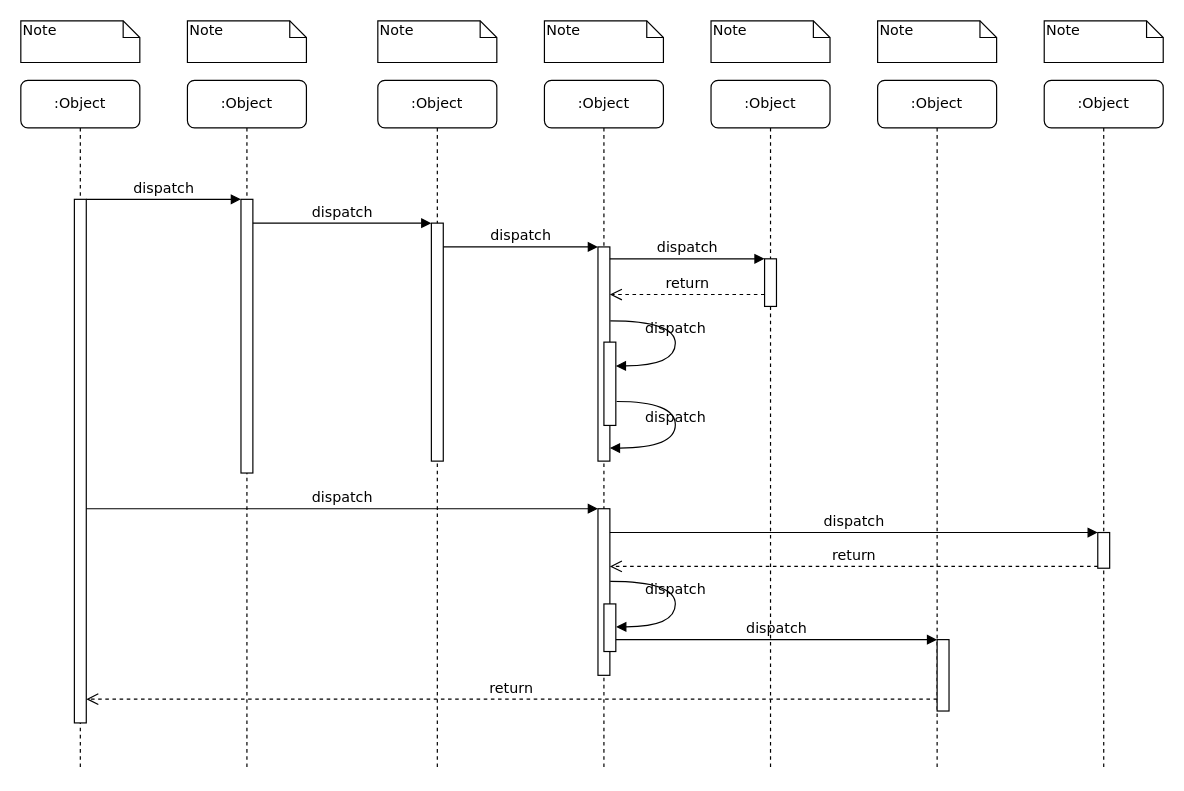
The draw.io diagram sxf-front-end-optimize-publish/前端调用链路优化方案一html请求链路.drawio in doukangtai/draw.io, before the edit. Source tidied: cells renumbered, new cells numbered last; positions are measured from the earlier drawing's top-left corner, leaving out a move shared by most shapes. Both pictures are drawn from the tidied source at 119%, with x=0, y=0 at pixel (20, 20).
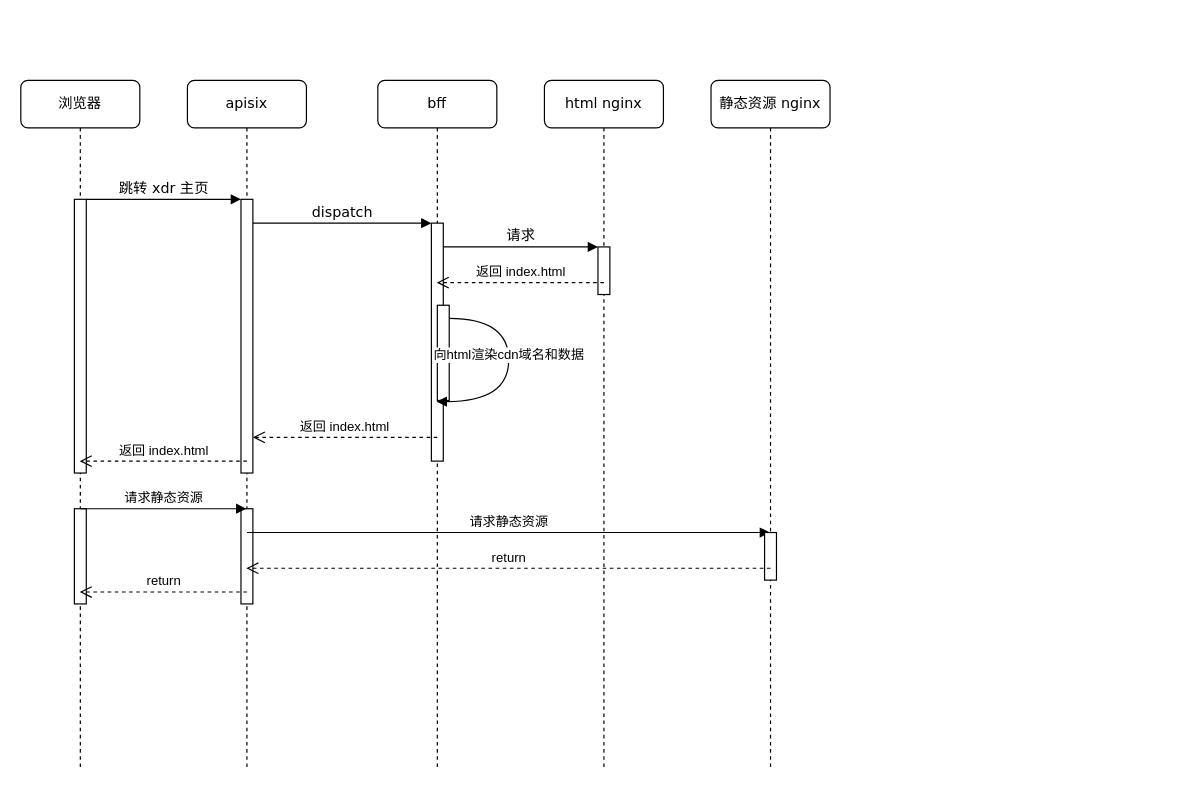
The same diagram, later.

Commit message:
V1更新前端调用链路优化方案一html请求链路.drawio

Unchanged cells that the change refers to:
```xml
<mxCell id="3" style="html=1;points=[];perimeter=orthogonalPerimeter;rounded=0;shadow=0;comic=0;labelBackgroundColor=none;strokeWidth=1;fontFamily=Verdana;fontSize=12;align=center;" parent="2" vertex="1">
  <mxGeometry x="45" y="100" width="10" height="230" as="geometry" />
</mxCell>
<mxCell id="5" style="html=1;points=[];perimeter=orthogonalPerimeter;rounded=0;shadow=0;comic=0;labelBackgroundColor=none;strokeWidth=1;fontFamily=Verdana;fontSize=12;align=center;" parent="4" vertex="1">
  <mxGeometry x="45" y="120" width="10" height="200" as="geometry" />
</mxCell>
```

Change to the diagram source:
```diff
@@
-    <mxCell id="2" value=":Object" style="shape=umlLifeline;perimeter=lifelinePerimeter;whiteSpace=wrap;html=1;outlineConnect=0;rounded=1;shadow=0;comic=0;labelBackgroundColor=none;strokeWidth=1;fontFamily=Verdana;fontSize=12;align=center;" parent="1" vertex="1">
+    <mxCell id="2" value="apisix" style="shape=umlLifeline;perimeter=lifelinePerimeter;whiteSpace=wrap;html=1;outlineConnect=0;rounded=1;shadow=0;comic=0;labelBackgroundColor=none;strokeWidth=1;fontFamily=Verdana;fontSize=12;align=center;" parent="1" vertex="1">
       <mxGeometry x="140" y="50" width="100" height="580" as="geometry" />
     </mxCell>
@@
+    <mxCell id="39" style="html=1;perimeter=orthogonalPerimeter;targetShapes=umlLifeline;newEdgeStyle={&quot;edgeStyle&quot;:&quot;elbowEdgeStyle&quot;,&quot;elbow&quot;:&quot;vertical&quot;,&quot;curved&quot;:0,&quot;rounded&quot;:0};" parent="2" vertex="1">
+      <mxGeometry x="45" y="360" width="10" height="80" as="geometry" />
+    </mxCell>
+    <mxCell id="40" value="请求静态资源" style="html=1;verticalAlign=bottom;endArrow=block;edgeStyle=elbowEdgeStyle;elbow=vertical;curved=0;rounded=0;" parent="2" edge="1" target="7">
+      <mxGeometry relative="1" as="geometry">
+        <mxPoint x="50" y="380" as="sourcePoint" />
+      </mxGeometry>
+    </mxCell>
-    <mxCell id="4" value=":Object" style="shape=umlLifeline;perimeter=lifelinePerimeter;whiteSpace=wrap;html=1;outlineConnect=0;rounded=1;shadow=0;comic=0;labelBackgroundColor=none;strokeWidth=1;fontFamily=Verdana;fontSize=12;align=center;" parent="1" vertex="1">
+    <mxCell id="4" value="bff" style="shape=umlLifeline;perimeter=lifelinePerimeter;whiteSpace=wrap;html=1;outlineConnect=0;rounded=1;shadow=0;comic=0;labelBackgroundColor=none;strokeWidth=1;fontFamily=Verdana;fontSize=12;align=center;" parent="1" vertex="1">
       <mxGeometry x="300" y="50" width="100" height="580" as="geometry" />
     </mxCell>
@@
+    <mxCell id="41" style="html=1;perimeter=orthogonalPerimeter;targetShapes=umlLifeline;newEdgeStyle={&quot;edgeStyle&quot;:&quot;elbowEdgeStyle&quot;,&quot;elbow&quot;:&quot;vertical&quot;,&quot;curved&quot;:0,&quot;rounded&quot;:0};" parent="4" vertex="1">
+      <mxGeometry x="50" y="189" width="10" height="80" as="geometry" />
+    </mxCell>
+    <mxCell id="42" value="向html渲染cdn域名和数据" style="html=1;verticalAlign=bottom;endArrow=block;edgeStyle=orthogonalEdgeStyle;elbow=vertical;curved=1;" parent="4" edge="1" target="4">
+      <mxGeometry relative="1" as="geometry">
+        <mxPoint x="60" y="200" as="sourcePoint" />
+        <Array as="points">
+          <mxPoint x="110" y="200" />
+          <mxPoint x="110" y="270" />
+        </Array>
+      </mxGeometry>
+    </mxCell>
-    <mxCell id="6" value=":Object" style="shape=umlLifeline;perimeter=lifelinePerimeter;whiteSpace=wrap;html=1;rounded=1;shadow=0;comic=0;labelBackgroundColor=none;strokeWidth=1;fontFamily=Verdana;fontSize=12;align=center;" parent="1" vertex="1">
+    <mxCell id="6" value="html nginx" style="shape=umlLifeline;perimeter=lifelinePerimeter;whiteSpace=wrap;html=1;rounded=1;shadow=0;comic=0;labelBackgroundColor=none;strokeWidth=1;fontFamily=Verdana;fontSize=12;align=center;" parent="1" vertex="1">
       <mxGeometry x="440" y="50" width="100" height="580" as="geometry" />
     </mxCell>
-    <mxCell id="7" value=":Object" style="shape=umlLifeline;perimeter=lifelinePerimeter;whiteSpace=wrap;html=1;outlineConnect=0;rounded=1;shadow=0;comic=0;labelBackgroundColor=none;strokeWidth=1;fontFamily=Verdana;fontSize=12;align=center;" parent="1" vertex="1">
+    <mxCell id="7" value="静态资源 nginx" style="shape=umlLifeline;perimeter=lifelinePerimeter;whiteSpace=wrap;html=1;outlineConnect=0;rounded=1;shadow=0;comic=0;labelBackgroundColor=none;strokeWidth=1;fontFamily=Verdana;fontSize=12;align=center;" parent="1" vertex="1">
       <mxGeometry x="580" y="50" width="100" height="580" as="geometry" />
     </mxCell>
-    <mxCell id="8" value=":Object" style="shape=umlLifeline;perimeter=lifelinePerimeter;whiteSpace=wrap;html=1;rounded=1;shadow=0;comic=0;labelBackgroundColor=none;strokeWidth=1;fontFamily=Verdana;fontSize=12;align=center;" parent="1" vertex="1">
-      <mxGeometry x="720" y="50" width="100" height="580" as="geometry" />
-    </mxCell>
-    <mxCell id="9" value=":Object" style="shape=umlLifeline;perimeter=lifelinePerimeter;whiteSpace=wrap;html=1;rounded=1;shadow=0;comic=0;labelBackgroundColor=none;strokeWidth=1;fontFamily=Verdana;fontSize=12;align=center;" parent="1" vertex="1">
-      <mxGeometry x="860" y="50" width="100" height="580" as="geometry" />
-    </mxCell>
+    <mxCell id="43" style="html=1;perimeter=orthogonalPerimeter;targetShapes=umlLifeline;newEdgeStyle={&quot;edgeStyle&quot;:&quot;elbowEdgeStyle&quot;,&quot;elbow&quot;:&quot;vertical&quot;,&quot;curved&quot;:0,&quot;rounded&quot;:0};" parent="7" vertex="1">
+      <mxGeometry x="45" y="380" width="10" height="40" as="geometry" />
+    </mxCell>
-    <mxCell id="10" value=":Object" style="shape=umlLifeline;perimeter=lifelinePerimeter;whiteSpace=wrap;html=1;outlineConnect=0;rounded=1;shadow=0;comic=0;labelBackgroundColor=none;strokeWidth=1;fontFamily=Verdana;fontSize=12;align=center;" parent="1" vertex="1">
+    <mxCell id="10" value="浏览器" style="shape=umlLifeline;perimeter=lifelinePerimeter;whiteSpace=wrap;html=1;outlineConnect=0;rounded=1;shadow=0;comic=0;labelBackgroundColor=none;strokeWidth=1;fontFamily=Verdana;fontSize=12;align=center;" parent="1" vertex="1">
       <mxGeometry y="50" width="100" height="580" as="geometry" />
     </mxCell>
     <mxCell id="11" style="html=1;points=[];perimeter=orthogonalPerimeter;rounded=0;shadow=0;comic=0;labelBackgroundColor=none;strokeWidth=1;fontFamily=Verdana;fontSize=12;align=center;" parent="10" vertex="1">
-      <mxGeometry x="45" y="100" width="10" height="440" as="geometry" />
+      <mxGeometry x="45" y="100" width="10" height="230" as="geometry" />
     </mxCell>
+    <mxCell id="44" style="html=1;perimeter=orthogonalPerimeter;targetShapes=umlLifeline;newEdgeStyle={&quot;edgeStyle&quot;:&quot;elbowEdgeStyle&quot;,&quot;elbow&quot;:&quot;vertical&quot;,&quot;curved&quot;:0,&quot;rounded&quot;:0};" parent="10" vertex="1">
+      <mxGeometry x="45" y="360" width="10" height="80" as="geometry" />
+    </mxCell>
+    <mxCell id="45" value="请求静态资源" style="html=1;verticalAlign=bottom;endArrow=block;edgeStyle=elbowEdgeStyle;elbow=vertical;curved=0;rounded=0;" parent="10" edge="1" target="2">
+      <mxGeometry relative="1" as="geometry">
+        <mxPoint x="50" y="360" as="sourcePoint" />
+      </mxGeometry>
+    </mxCell>
     <mxCell id="12" style="html=1;points=[];perimeter=orthogonalPerimeter;rounded=0;shadow=0;comic=0;labelBackgroundColor=none;strokeWidth=1;fontFamily=Verdana;fontSize=12;align=center;" parent="1" vertex="1">
-      <mxGeometry x="485" y="190" width="10" height="180" as="geometry" />
+      <mxGeometry x="485" y="190" width="10" height="40" as="geometry" />
     </mxCell>
-    <mxCell id="13" value="dispatch" style="html=1;verticalAlign=bottom;endArrow=block;labelBackgroundColor=none;fontFamily=Verdana;fontSize=12;edgeStyle=elbowEdgeStyle;elbow=vertical;" parent="1" edge="1" source="5" target="12">
+    <mxCell id="13" value="请求" style="html=1;verticalAlign=bottom;endArrow=block;labelBackgroundColor=none;fontFamily=Verdana;fontSize=12;edgeStyle=elbowEdgeStyle;elbow=vertical;" parent="1" edge="1" source="5" target="12">
       <mxGeometry relative="1" as="geometry">
         <Array as="points">
           <mxPoint x="360" y="190" />
         </Array>
       </mxGeometry>
     </mxCell>
-    <mxCell id="14" style="html=1;points=[];perimeter=orthogonalPerimeter;rounded=0;shadow=0;comic=0;labelBackgroundColor=none;strokeWidth=1;fontFamily=Verdana;fontSize=12;align=center;" parent="1" vertex="1">
-      <mxGeometry x="625" y="200" width="10" height="40" as="geometry" />
-    </mxCell>
-    <mxCell id="15" value="dispatch" style="html=1;verticalAlign=bottom;endArrow=block;entryX=0;entryY=0;labelBackgroundColor=none;fontFamily=Verdana;fontSize=12;edgeStyle=elbowEdgeStyle;elbow=vertical;" parent="1" edge="1" source="12" target="14">
-      <mxGeometry relative="1" as="geometry" />
-    </mxCell>
-    <mxCell id="16" value="return" style="html=1;verticalAlign=bottom;endArrow=open;dashed=1;endSize=8;labelBackgroundColor=none;fontFamily=Verdana;fontSize=12;edgeStyle=elbowEdgeStyle;elbow=vertical;" parent="1" edge="1" source="14" target="12">
-      <mxGeometry relative="1" as="geometry">
-        <Array as="points">
-          <mxPoint x="570" y="230" />
-          <mxPoint x="600" y="230" />
-        </Array>
-      </mxGeometry>
-    </mxCell>
-    <mxCell id="17" style="html=1;points=[];perimeter=orthogonalPerimeter;rounded=0;shadow=0;comic=0;labelBackgroundColor=none;strokeWidth=1;fontFamily=Verdana;fontSize=12;align=center;" parent="1" vertex="1">
-      <mxGeometry x="485" y="410" width="10" height="140" as="geometry" />
-    </mxCell>
-    <mxCell id="18" value="dispatch" style="html=1;verticalAlign=bottom;endArrow=block;entryX=0;entryY=0;labelBackgroundColor=none;fontFamily=Verdana;fontSize=12;" parent="1" edge="1" source="11" target="17">
-      <mxGeometry relative="1" as="geometry" />
-    </mxCell>
-    <mxCell id="19" style="html=1;points=[];perimeter=orthogonalPerimeter;rounded=0;shadow=0;comic=0;labelBackgroundColor=none;strokeColor=#000000;strokeWidth=1;fillColor=#FFFFFF;fontFamily=Verdana;fontSize=12;fontColor=#000000;align=center;" parent="1" vertex="1">
-      <mxGeometry x="905" y="430" width="10" height="30" as="geometry" />
-    </mxCell>
-    <mxCell id="20" value="dispatch" style="html=1;verticalAlign=bottom;endArrow=block;entryX=0;entryY=0;labelBackgroundColor=none;fontFamily=Verdana;fontSize=12;" parent="1" edge="1" source="17" target="19">
-      <mxGeometry relative="1" as="geometry" />
-    </mxCell>
-    <mxCell id="21" value="return" style="html=1;verticalAlign=bottom;endArrow=open;dashed=1;endSize=8;exitX=0;exitY=0.95;labelBackgroundColor=none;fontFamily=Verdana;fontSize=12;" parent="1" edge="1" source="19" target="17">
-      <mxGeometry relative="1" as="geometry" />
-    </mxCell>
-    <mxCell id="22" style="html=1;points=[];perimeter=orthogonalPerimeter;rounded=0;shadow=0;comic=0;labelBackgroundColor=none;strokeWidth=1;fontFamily=Verdana;fontSize=12;align=center;" parent="1" vertex="1">
-      <mxGeometry x="770" y="520" width="10" height="60" as="geometry" />
-    </mxCell>
-    <mxCell id="23" value="dispatch" style="html=1;verticalAlign=bottom;endArrow=block;entryX=0;entryY=0;labelBackgroundColor=none;fontFamily=Verdana;fontSize=12;edgeStyle=elbowEdgeStyle;elbow=vertical;" parent="1" edge="1" source="30" target="22">
-      <mxGeometry relative="1" as="geometry" />
-    </mxCell>
-    <mxCell id="24" value="return" style="html=1;verticalAlign=bottom;endArrow=open;dashed=1;endSize=8;labelBackgroundColor=none;fontFamily=Verdana;fontSize=12;edgeStyle=elbowEdgeStyle;elbow=vertical;" parent="1" edge="1" source="22" target="11">
-      <mxGeometry relative="1" as="geometry">
-        <Array as="points">
-          <mxPoint x="470" y="570" />
-        </Array>
-      </mxGeometry>
-    </mxCell>
-    <mxCell id="25" value="dispatch" style="html=1;verticalAlign=bottom;endArrow=block;entryX=0;entryY=0;labelBackgroundColor=none;fontFamily=Verdana;fontSize=12;edgeStyle=elbowEdgeStyle;elbow=vertical;" parent="1" edge="1" source="11" target="3">
+    <mxCell id="25" value="跳转 xdr 主页" style="html=1;verticalAlign=bottom;endArrow=block;entryX=0;entryY=0;labelBackgroundColor=none;fontFamily=Verdana;fontSize=12;edgeStyle=elbowEdgeStyle;elbow=vertical;" parent="1" edge="1" source="11" target="3">
       <mxGeometry relative="1" as="geometry" />
     </mxCell>
@@
-    <mxCell id="27" style="html=1;points=[];perimeter=orthogonalPerimeter;rounded=0;shadow=0;comic=0;labelBackgroundColor=none;strokeWidth=1;fontFamily=Verdana;fontSize=12;align=center;" parent="1" vertex="1">
-      <mxGeometry x="490" y="270" width="10" height="70" as="geometry" />
-    </mxCell>
-    <mxCell id="28" value="dispatch" style="html=1;verticalAlign=bottom;endArrow=block;labelBackgroundColor=none;fontFamily=Verdana;fontSize=12;elbow=vertical;edgeStyle=orthogonalEdgeStyle;curved=1;entryX=1;entryY=0.286;entryPerimeter=0;exitX=1.038;exitY=0.345;exitPerimeter=0;" parent="1" edge="1" source="12" target="27">
-      <mxGeometry relative="1" as="geometry">
-        <Array as="points">
-          <mxPoint x="550" y="252" />
-          <mxPoint x="550" y="290" />
-        </Array>
-      </mxGeometry>
-    </mxCell>
-    <mxCell id="29" value="dispatch" style="html=1;verticalAlign=bottom;endArrow=block;labelBackgroundColor=none;fontFamily=Verdana;fontSize=12;elbow=vertical;edgeStyle=orthogonalEdgeStyle;curved=1;exitX=1.066;exitY=0.713;exitPerimeter=0;" parent="1" edge="1" source="27">
-      <mxGeometry relative="1" as="geometry">
-        <mxPoint x="495" y="359" as="targetPoint" />
-        <Array as="points">
-          <mxPoint x="550" y="320" />
-          <mxPoint x="550" y="359" />
-        </Array>
-      </mxGeometry>
-    </mxCell>
-    <mxCell id="30" style="html=1;points=[];perimeter=orthogonalPerimeter;rounded=0;shadow=0;comic=0;labelBackgroundColor=none;strokeWidth=1;fontFamily=Verdana;fontSize=12;align=center;" parent="1" vertex="1">
-      <mxGeometry x="490" y="490" width="10" height="40" as="geometry" />
-    </mxCell>
-    <mxCell id="31" value="dispatch" style="html=1;verticalAlign=bottom;endArrow=block;labelBackgroundColor=none;fontFamily=Verdana;fontSize=12;elbow=vertical;edgeStyle=orthogonalEdgeStyle;curved=1;entryX=1;entryY=0.286;entryPerimeter=0;exitX=1.038;exitY=0.345;exitPerimeter=0;" parent="1" edge="1">
-      <mxGeometry relative="1" as="geometry">
-        <mxPoint x="495.3" y="471" as="sourcePoint" />
-        <mxPoint x="500.3" y="509.3" as="targetPoint" />
-        <Array as="points">
-          <mxPoint x="550" y="471" />
-          <mxPoint x="550" y="509" />
-        </Array>
-      </mxGeometry>
-    </mxCell>
-    <mxCell id="32" value="Note" style="shape=note;whiteSpace=wrap;html=1;size=14;verticalAlign=top;align=left;spacingTop=-6;rounded=0;shadow=0;comic=0;labelBackgroundColor=none;strokeWidth=1;fontFamily=Verdana;fontSize=12;" parent="1" vertex="1">
-      <mxGeometry width="100" height="35" as="geometry" />
-    </mxCell>
-    <mxCell id="33" value="Note" style="shape=note;whiteSpace=wrap;html=1;size=14;verticalAlign=top;align=left;spacingTop=-6;rounded=0;shadow=0;comic=0;labelBackgroundColor=none;strokeWidth=1;fontFamily=Verdana;fontSize=12;" parent="1" vertex="1">
-      <mxGeometry x="140" width="100" height="35" as="geometry" />
-    </mxCell>
-    <mxCell id="34" value="Note" style="shape=note;whiteSpace=wrap;html=1;size=14;verticalAlign=top;align=left;spacingTop=-6;rounded=0;shadow=0;comic=0;labelBackgroundColor=none;strokeWidth=1;fontFamily=Verdana;fontSize=12;" parent="1" vertex="1">
-      <mxGeometry x="300" width="100" height="35" as="geometry" />
-    </mxCell>
-    <mxCell id="35" value="Note" style="shape=note;whiteSpace=wrap;html=1;size=14;verticalAlign=top;align=left;spacingTop=-6;rounded=0;shadow=0;comic=0;labelBackgroundColor=none;strokeWidth=1;fontFamily=Verdana;fontSize=12;" parent="1" vertex="1">
-      <mxGeometry x="440" width="100" height="35" as="geometry" />
-    </mxCell>
-    <mxCell id="36" value="Note" style="shape=note;whiteSpace=wrap;html=1;size=14;verticalAlign=top;align=left;spacingTop=-6;rounded=0;shadow=0;comic=0;labelBackgroundColor=none;strokeWidth=1;fontFamily=Verdana;fontSize=12;" parent="1" vertex="1">
-      <mxGeometry x="580" width="100" height="35" as="geometry" />
-    </mxCell>
-    <mxCell id="37" value="Note" style="shape=note;whiteSpace=wrap;html=1;size=14;verticalAlign=top;align=left;spacingTop=-6;rounded=0;shadow=0;comic=0;labelBackgroundColor=none;strokeWidth=1;fontFamily=Verdana;fontSize=12;" parent="1" vertex="1">
-      <mxGeometry x="720" width="100" height="35" as="geometry" />
-    </mxCell>
-    <mxCell id="38" value="Note" style="shape=note;whiteSpace=wrap;html=1;size=14;verticalAlign=top;align=left;spacingTop=-6;rounded=0;shadow=0;comic=0;labelBackgroundColor=none;strokeWidth=1;fontFamily=Verdana;fontSize=12;" parent="1" vertex="1">
-      <mxGeometry x="860" width="100" height="35" as="geometry" />
-    </mxCell>
+    <mxCell id="46" value="返回 index.html" style="html=1;verticalAlign=bottom;endArrow=open;dashed=1;endSize=8;edgeStyle=elbowEdgeStyle;elbow=vertical;curved=0;rounded=0;" parent="1" edge="1" target="4">
+      <mxGeometry relative="1" as="geometry">
+        <mxPoint x="490" y="220" as="sourcePoint" />
+      </mxGeometry>
+    </mxCell>
+    <mxCell id="47" value="返回 index.html" style="html=1;verticalAlign=bottom;endArrow=open;dashed=1;endSize=8;edgeStyle=elbowEdgeStyle;elbow=vertical;curved=0;rounded=0;" parent="1" edge="1" target="3">
+      <mxGeometry relative="1" as="geometry">
+        <mxPoint x="350" y="350" as="sourcePoint" />
+      </mxGeometry>
+    </mxCell>
+    <mxCell id="48" value="返回 index.html" style="html=1;verticalAlign=bottom;endArrow=open;dashed=1;endSize=8;edgeStyle=elbowEdgeStyle;elbow=vertical;curved=0;rounded=0;" parent="1" edge="1" target="10">
+      <mxGeometry relative="1" as="geometry">
+        <mxPoint x="190" y="370" as="sourcePoint" />
+      </mxGeometry>
+    </mxCell>
+    <mxCell id="49" value="return" style="html=1;verticalAlign=bottom;endArrow=open;dashed=1;endSize=8;edgeStyle=elbowEdgeStyle;elbow=vertical;curved=0;rounded=0;" parent="1" edge="1" target="2">
+      <mxGeometry relative="1" as="geometry">
+        <mxPoint x="630" y="460" as="sourcePoint" />
+      </mxGeometry>
+    </mxCell>
+    <mxCell id="50" value="return" style="html=1;verticalAlign=bottom;endArrow=open;dashed=1;endSize=8;edgeStyle=elbowEdgeStyle;elbow=vertical;curved=0;rounded=0;" parent="1" edge="1" target="10">
+      <mxGeometry relative="1" as="geometry">
+        <mxPoint x="190" y="480" as="sourcePoint" />
+      </mxGeometry>
+    </mxCell>
```
